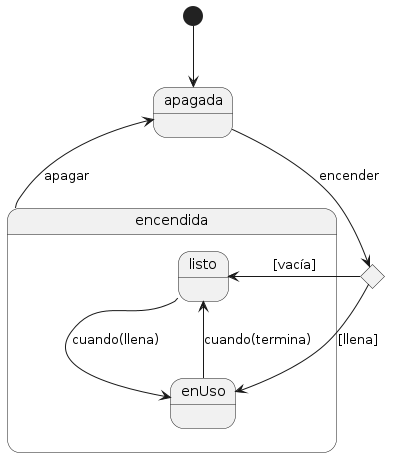
This is images/maquinaDeCafe_B_DdE.png from mmasias/IdSw1-22-23, a PlantUML export, as it was before one commit. Its diagram source:
```plantuml
@startuml

state apagada
state balanza <<choice>>

[*] --> apagada

state encendida {
    state listo
    state enUso
}

apagada --> balanza : encender
balanza --> listo : [vacía]
balanza --> enUso : [llena]

listo --> enUso : cuando(llena)
enUso --> listo : cuando(termina)

encendida --> apagada : apagar



@enduml
```
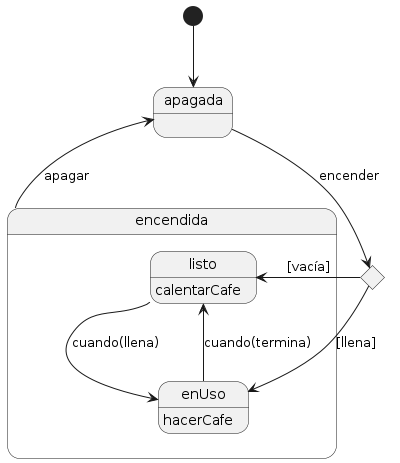
After the change.

What changed in the source:
```diff
@@ -15,7 +15,9 @@
 balanza --> enUso : [llena]
 
 listo --> enUso : cuando(llena)
+enUso: hacerCafe
 enUso --> listo : cuando(termina)
+listo: calentarCafe
 
 encendida --> apagada : apagar
 
```
